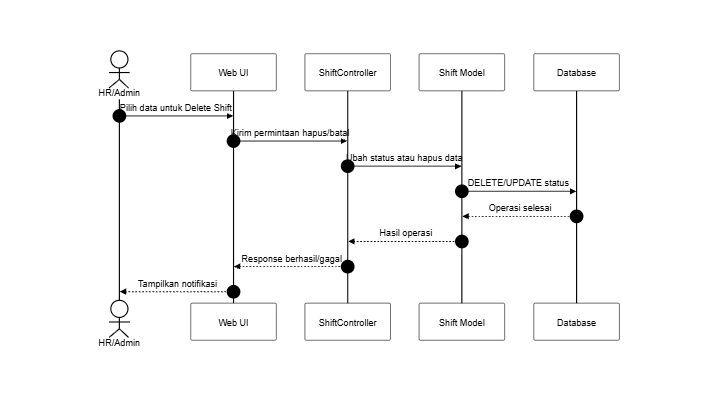
This is docs/SequenceDiagram/PNG_Transparent/DataMasterShift-DeleteShift.png from SulaimanHafi23/SimpegRSHDI, a Mermaid export, as it was before one commit. Its source is kept beside it as docs/SequenceDiagram/DataMasterShift-DeleteShift.mermaid. The source it was exported from:
```mermaid
%%{init: {"theme": "base", "themeVariables": {"background": "#dddddd", "primaryColor": "#ffffff", "primaryBorderColor": "#000000", "primaryTextColor": "#000000", "lineColor": "#000000", "textColor": "#000000", "actorBkg": "#ffffff", "actorBorder": "#000000", "actorTextColor": "#000000", "activationBkgColor": "#ffffff", "activationBorderColor": "#000000", "signalColor": "#000000", "signalTextColor": "#000000", "labelBoxBkgColor": "#ffffff", "labelBoxBorderColor": "#000000", "labelTextColor": "#000000", "sequenceNumberColor": "#000000", "noteBkgColor": "#ffffff", "noteBorderColor": "#000000", "noteTextColor": "#000000"}, "sequence": {"useMaxWidth": true, "wrap": true, "messageFontSize": 12, "noteFontSize": 12}}}%%
sequenceDiagram
    autonumber
    actor A as HR/Admin
    participant UI as Web UI
    participant C as ShiftController
    participant M as Shift Model
    participant DB as Database

    A->>UI: Pilih data untuk Delete Shift
    UI->>C: Kirim permintaan hapus/batal
    C->>M: Ubah status atau hapus data
    M->>DB: DELETE/UPDATE status
    DB-->>M: Operasi selesai
    M-->>C: Hasil operasi
    C-->>UI: Response berhasil/gagal
    UI-->>A: Tampilkan notifikasi
```
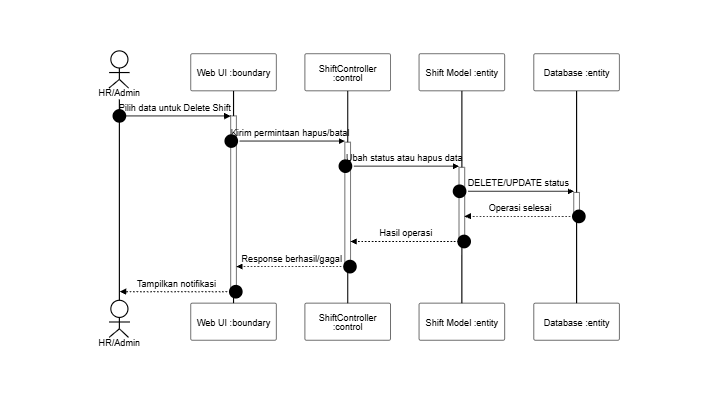
The same file after the commit.

The edit, as a diff of the source:
```diff
@@ -2,16 +2,16 @@
 sequenceDiagram
     autonumber
     actor A as HR/Admin
-    participant UI as Web UI
-    participant C as ShiftController
-    participant M as Shift Model
-    participant DB as Database
+    participant UI as Web UI :boundary
+    participant C as ShiftController :control
+    participant M as Shift Model :entity
+    participant DB as Database :entity
 
-    A->>UI: Pilih data untuk Delete Shift
-    UI->>C: Kirim permintaan hapus/batal
-    C->>M: Ubah status atau hapus data
-    M->>DB: DELETE/UPDATE status
-    DB-->>M: Operasi selesai
-    M-->>C: Hasil operasi
-    C-->>UI: Response berhasil/gagal
-    UI-->>A: Tampilkan notifikasi
+    A->>+UI: Pilih data untuk Delete Shift
+    UI->>+C: Kirim permintaan hapus/batal
+    C->>+M: Ubah status atau hapus data
+    M->>+DB: DELETE/UPDATE status
+    DB-->>-M: Operasi selesai
+    M-->>-C: Hasil operasi
+    C-->>-UI: Response berhasil/gagal
+    UI-->>-A: Tampilkan notifikasi
```
